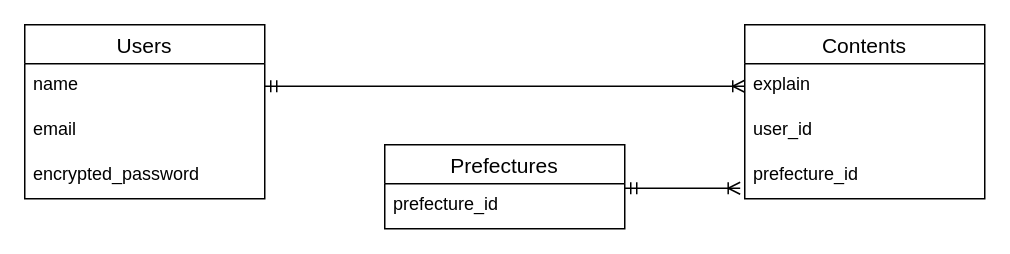
Earlier version of the draw.io diagram ER.dio (kei-123456789/original). Source tidied: cells renumbered, new cells numbered last; positions are measured from the earlier drawing's top-left corner, leaving out a move shared by most shapes. Both pictures are drawn from the tidied source at 150%, with x=0, y=0 at pixel (24, 24).
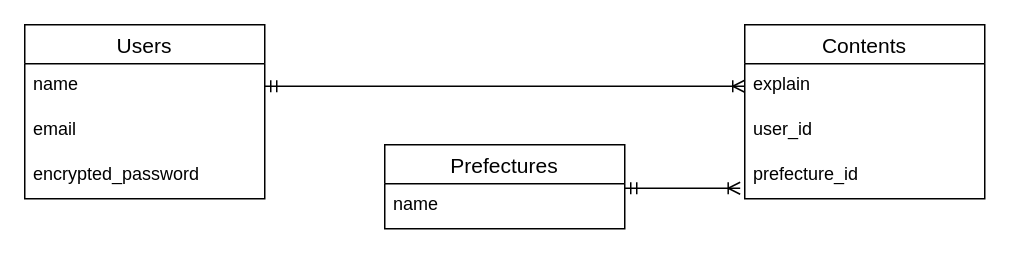
Above is the later version.

Change to the diagram source:
```diff
@@
 <mxGraphModel>
   <root>
     <mxCell id="0" />
     <mxCell id="1" parent="0" />
     <mxCell id="2" value="Users" style="swimlane;fontStyle=0;horizontal=1;startSize=26;align=center;fontSize=14;" parent="1" vertex="1">
       <mxGeometry width="160" height="116" as="geometry" />
     </mxCell>
     <mxCell id="3" value="name" style="text;strokeColor=none;fillColor=none;spacingLeft=4;spacingRight=4;overflow=hidden;points=[[0,0.5],[1,0.5]];portConstraint=eastwest;fontSize=12;" parent="2" vertex="1">
       <mxGeometry y="26" width="160" height="30" as="geometry" />
     </mxCell>
     <mxCell id="4" value="email" style="text;strokeColor=none;fillColor=none;spacingLeft=4;spacingRight=4;overflow=hidden;fontSize=12;" parent="2" vertex="1">
       <mxGeometry y="56" width="160" height="30" as="geometry" />
     </mxCell>
     <mxCell id="5" value="encrypted_password" style="text;strokeColor=none;fillColor=none;spacingLeft=4;spacingRight=4;overflow=hidden;fontSize=12;" parent="2" vertex="1">
       <mxGeometry y="86" width="160" height="30" as="geometry" />
     </mxCell>
     <mxCell id="6" value="Prefectures" style="swimlane;fontStyle=0;horizontal=1;startSize=26;align=center;fontSize=14;" parent="1" vertex="1">
       <mxGeometry x="240" y="80" width="160" height="56" as="geometry" />
     </mxCell>
-    <mxCell id="7" value="prefecture_id" style="text;strokeColor=none;fillColor=none;spacingLeft=4;spacingRight=4;overflow=hidden;points=[[0,0.5],[1,0.5]];portConstraint=eastwest;fontSize=12;" parent="6" vertex="1">
+    <mxCell id="7" value="name" style="text;strokeColor=none;fillColor=none;spacingLeft=4;spacingRight=4;overflow=hidden;points=[[0,0.5],[1,0.5]];portConstraint=eastwest;fontSize=12;" parent="6" vertex="1">
       <mxGeometry y="26" width="160" height="30" as="geometry" />
     </mxCell>
     <mxCell id="8" value="Contents" style="swimlane;fontStyle=0;horizontal=1;startSize=26;align=center;fontSize=14;" parent="1" vertex="1">
       <mxGeometry x="480" width="160" height="116" as="geometry" />
     </mxCell>
     <mxCell id="9" value="explain" style="text;strokeColor=none;fillColor=none;spacingLeft=4;spacingRight=4;overflow=hidden;points=[[0,0.5],[1,0.5]];portConstraint=eastwest;fontSize=12;" parent="8" vertex="1">
       <mxGeometry y="26" width="160" height="30" as="geometry" />
     </mxCell>
     <mxCell id="10" value="user_id" style="text;strokeColor=none;fillColor=none;spacingLeft=4;spacingRight=4;overflow=hidden;fontSize=12;" parent="8" vertex="1">
       <mxGeometry y="56" width="160" height="30" as="geometry" />
     </mxCell>
     <mxCell id="11" value="prefecture_id" style="text;strokeColor=none;fillColor=none;spacingLeft=4;spacingRight=4;overflow=hidden;points=[[0,0.5],[1,0.5]];portConstraint=eastwest;fontSize=12;" parent="8" vertex="1">
       <mxGeometry y="86" width="160" height="30" as="geometry" />
     </mxCell>
     <mxCell id="12" style="edgeStyle=entityRelationEdgeStyle;fontSize=12;html=1;endArrow=ERoneToMany;startArrow=ERmandOne;exitX=1;exitY=0.5;exitDx=0;exitDy=0;entryX=0;entryY=0.5;entryDx=0;entryDy=0;" parent="1" edge="1" source="3" target="9">
       <mxGeometry relative="1" as="geometry" />
     </mxCell>
     <mxCell id="13" style="edgeStyle=entityRelationEdgeStyle;fontSize=12;html=1;endArrow=ERoneToMany;startArrow=ERmandOne;entryX=-0.019;entryY=0.767;entryDx=0;entryDy=0;entryPerimeter=0;exitX=1;exitY=0.1;exitDx=0;exitDy=0;exitPerimeter=0;" parent="1" edge="1" source="7" target="11">
       <mxGeometry relative="1" as="geometry" />
     </mxCell>
   </root>
 </mxGraphModel>
```
